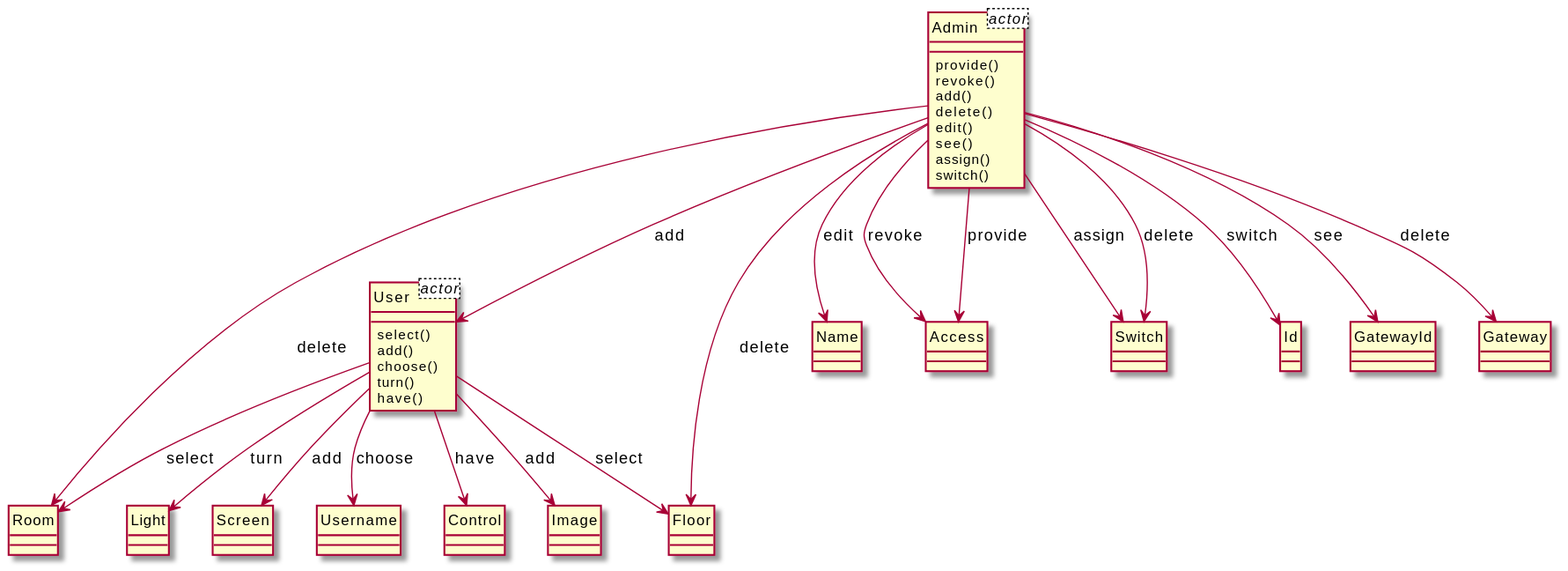
xixixhalu/DomainModelExtractor keeps this PlantUML diagram as output/diagram_5/2014-USC-Project13.svg. Above is the earlier version.
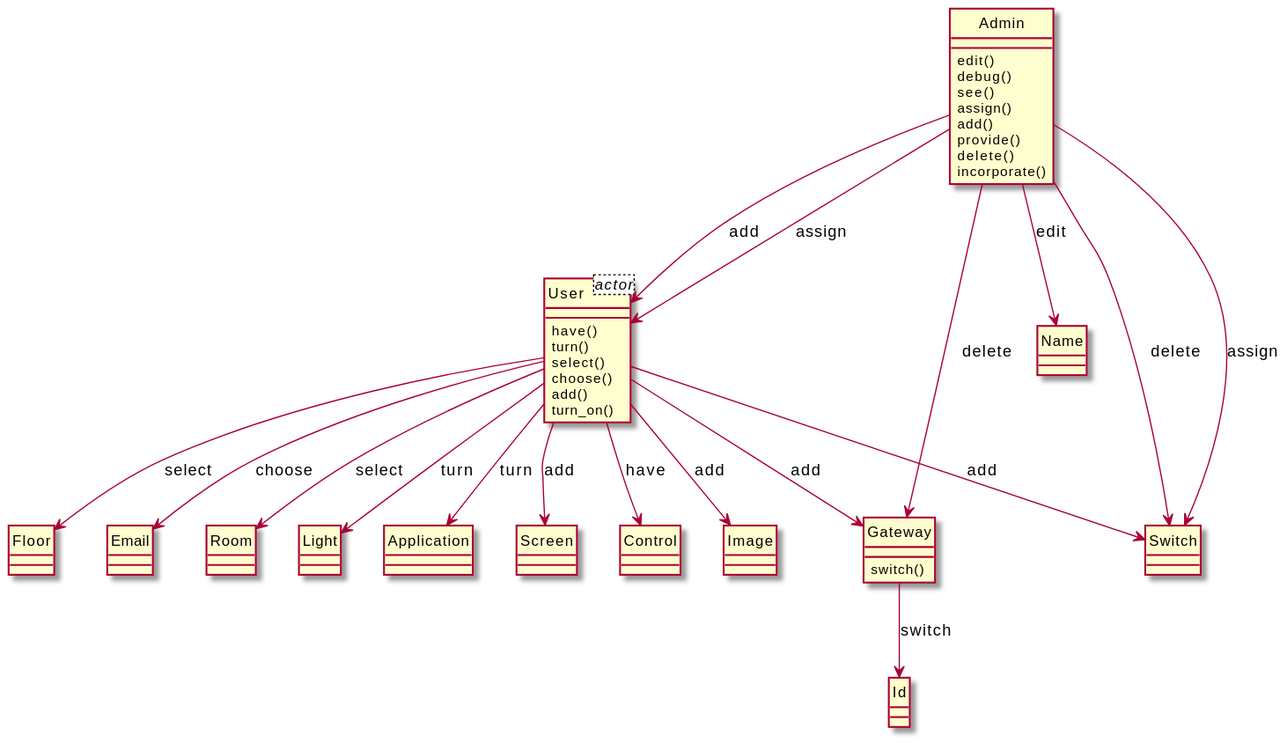
Above is the later version.

The edit, as a diff of the source:
```diff
@@ -1,68 +1,65 @@
 @startuml
 hide circle
-class Admin<actor> {
-}
 class User<actor> {
 }
 class Admin {
-	provide()
-	revoke()
-	add()
-	delete()
 	edit()
+	debug()
 	see()
 	assign()
+	add()
+	provide()
+	delete()
+	incorporate()
+}
+class User {
+	have()
+	turn()
+	select()
+	choose()
+	add()
+	turn_on()
+}
+class Light {
+}
+class Gateway {
 	switch()
+}
+class Id {
+}
+class Name {
+}
+class Switch {
+}
+class Application {
+}
+class Screen {
+}
+class Control {
+}
+class Image {
 }
 class Floor {
 }
-class User {
-	select()
-	add()
-	choose()
-	turn()
-	have()
-}
-class Image {
+class Email {
 }
 class Room {
 }
-class Name {
-}
-class Access {
-}
-class Switch {
-}
-class Id {
-}
-class Light {
-}
-class Screen {
-}
-class Username {
-}
-class GatewayId {
-}
-class Control {
-}
-class Gateway {
-}
+User --> Control : have
+User --> Image : add
+Gateway --> Id : switch
+User --> Room : select
+User --> Application : turn
+Admin --> User : assign
+Admin --> Switch : delete
+Admin --> Name : edit
+Admin --> User : add
+User --> Light : turn
+User --> Gateway : add
+User --> Screen : add
+Admin --> Gateway : delete
+User --> Floor : select
+User --> Email : choose
 Admin --> Switch : assign
-User --> Floor : select
-User --> Light : turn
-User --> Control : have
-Admin --> Name : edit
-User --> Username : choose
-Admin --> User : add
-User --> Image : add
-Admin --> Room : delete
-Admin --> Id : switch
-Admin --> Gateway : delete
-Admin --> Access : revoke
-Admin --> GatewayId : see
-Admin --> Access : provide
-Admin --> Switch : delete
-User --> Screen : add
-User --> Room : select
-Admin --> Floor : delete
+User --> Switch : add
 @enduml
```
